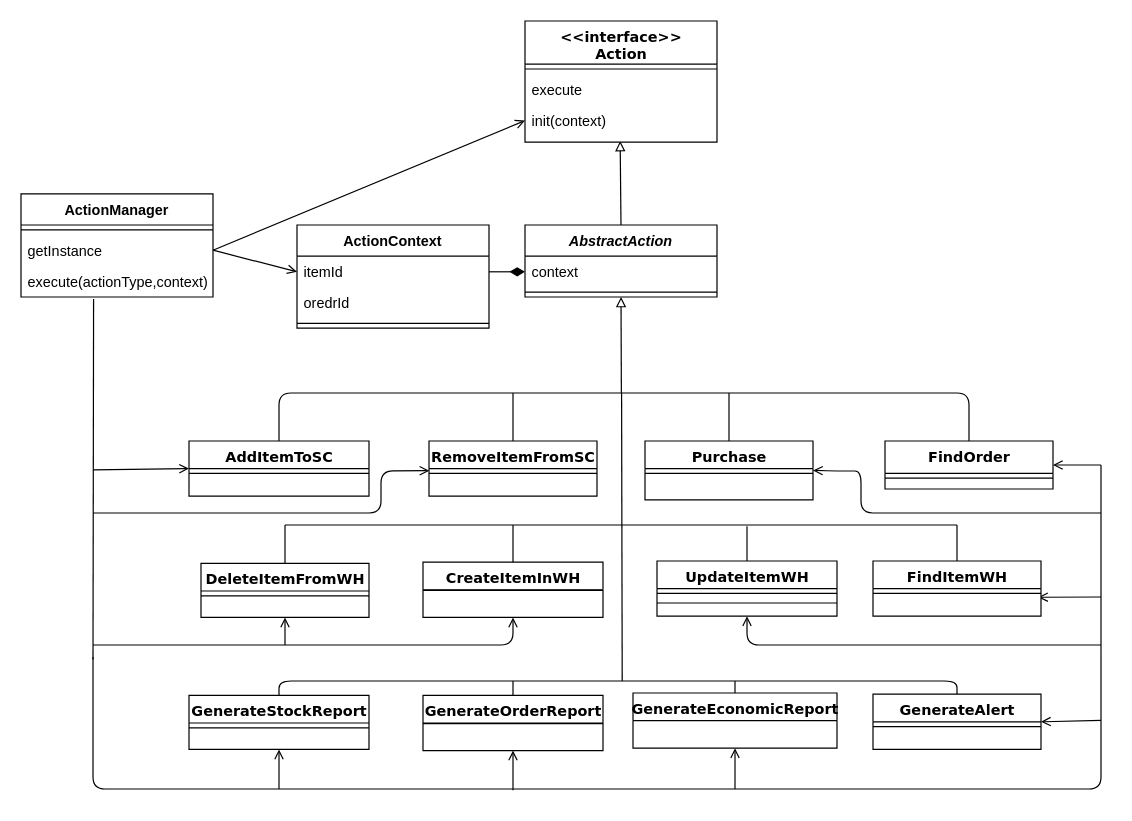
This is page "Page-1" (1 of 2) of System Modeling/ClassDiagram -Items_Orders_Reports_Alerts.drawio from haimadrian/SE-Java-Project, a draw.io file, before an edit. Source tidied: cells renumbered, new cells numbered last; positions are measured from the earlier drawing's top-left corner, leaving out a move shared by most shapes. Both pictures are drawn from the tidied source at 120%, with x=0, y=0 at pixel (20, 20).
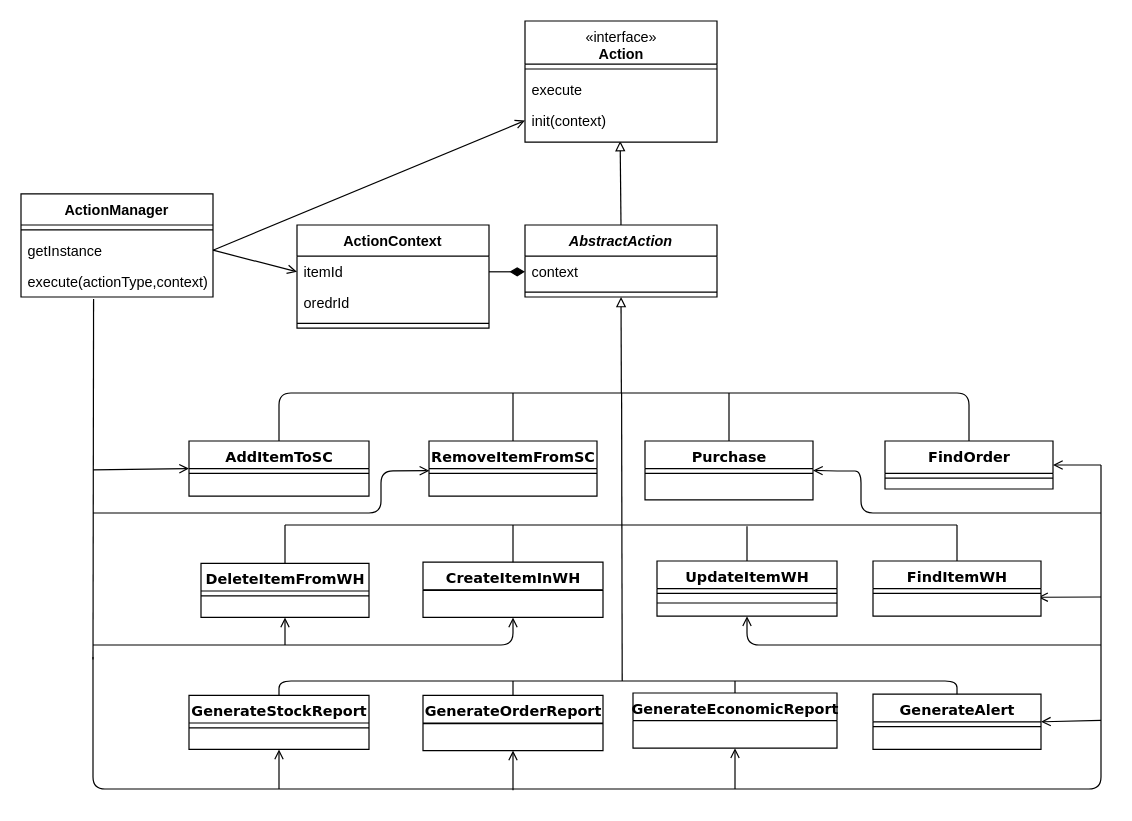
The same page after the edit.

What changed in the source:
```diff
@@
-    <mxCell id="29" value="&amp;lt;&amp;lt;interface&amp;gt;&amp;gt;&lt;br&gt;Action" style="swimlane;html=1;fontStyle=1;align=center;verticalAlign=top;horizontal=1;startSize=36;swimlaneFillColor=#ffffff;rounded=0;shadow=0;comic=0;labelBackgroundColor=none;strokeWidth=1;fillColor=none;fontFamily=Verdana;fontSize=12;" parent="1" vertex="1">
+    <mxCell id="29" value="&lt;span style=&quot;font-family: helvetica; font-weight: 400;&quot;&gt;«interface»&lt;/span&gt;&lt;br style=&quot;font-family: helvetica; font-weight: 400;&quot;&gt;&lt;div style=&quot;&quot;&gt;&lt;span&gt;&lt;font face=&quot;Helvetica&quot;&gt;Action&lt;/font&gt;&lt;/span&gt;&lt;/div&gt;" style="swimlane;html=1;fontStyle=1;align=center;verticalAlign=top;horizontal=1;startSize=36;swimlaneFillColor=#ffffff;rounded=0;shadow=0;comic=0;labelBackgroundColor=none;strokeWidth=1;fillColor=none;fontFamily=Verdana;fontSize=12;" parent="1" vertex="1">
       <mxGeometry x="420" width="160" height="101" as="geometry" />
     </mxCell>
```
